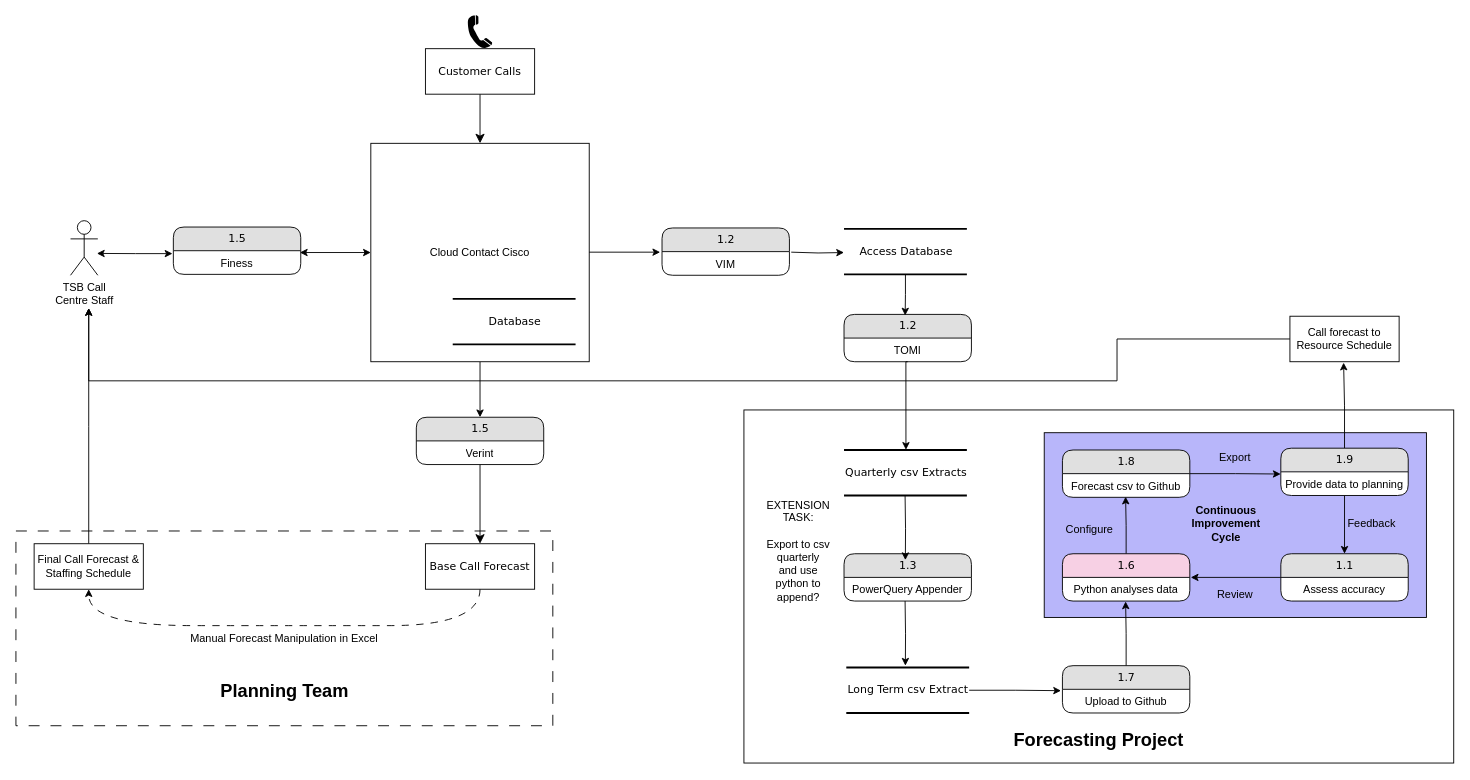
Above: Data Flow.drawio in devans18/BP0268756-Call-Forecasting (draw.io), before the change. Source tidied: cells renumbered, new cells numbered last; positions are measured from the earlier drawing's top-left corner, leaving out a move shared by most shapes. Both pictures are drawn from the tidied source at 91%, with x=0, y=0 at pixel (-3, 15).
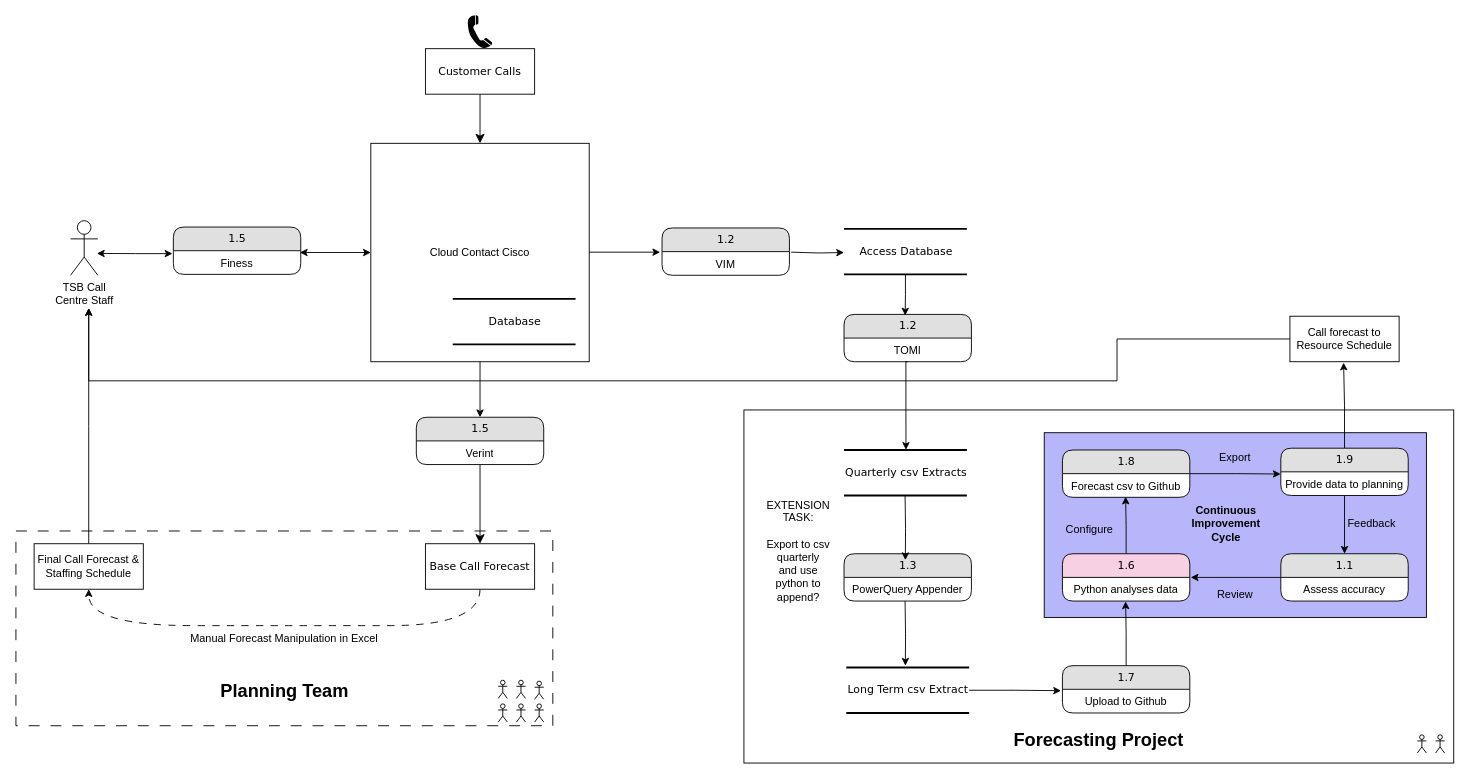
The same page after the edit.

The edit, as a diff of the source:
```diff
@@
+    <mxCell id="66" style="shape=umlActor;verticalLabelPosition=bottom;verticalAlign=top;html=1;" parent="1" vertex="1">
+      <mxGeometry x="590" y="757" width="10" height="20" as="geometry" />
+    </mxCell>
+    <mxCell id="67" style="shape=umlActor;verticalLabelPosition=bottom;verticalAlign=top;html=1;" parent="1" vertex="1">
+      <mxGeometry x="570" y="757" width="10" height="20" as="geometry" />
+    </mxCell>
+    <mxCell id="68" style="shape=umlActor;verticalLabelPosition=bottom;verticalAlign=top;html=1;" parent="1" vertex="1">
+      <mxGeometry x="550" y="757" width="10" height="20" as="geometry" />
+    </mxCell>
+    <mxCell id="69" style="shape=umlActor;verticalLabelPosition=bottom;verticalAlign=top;html=1;" parent="1" vertex="1">
+      <mxGeometry x="590" y="732" width="10" height="20" as="geometry" />
+    </mxCell>
+    <mxCell id="70" style="shape=umlActor;verticalLabelPosition=bottom;verticalAlign=top;html=1;" parent="1" vertex="1">
+      <mxGeometry x="570" y="731" width="10" height="20" as="geometry" />
+    </mxCell>
+    <mxCell id="71" style="shape=umlActor;verticalLabelPosition=bottom;verticalAlign=top;html=1;" parent="1" vertex="1">
+      <mxGeometry x="550" y="731" width="10" height="20" as="geometry" />
+    </mxCell>
+    <mxCell id="72" style="shape=umlActor;verticalLabelPosition=bottom;verticalAlign=top;html=1;" parent="1" vertex="1">
+      <mxGeometry x="1580" y="791" width="10" height="20" as="geometry" />
+    </mxCell>
+    <mxCell id="73" style="shape=umlActor;verticalLabelPosition=bottom;verticalAlign=top;html=1;" parent="1" vertex="1">
+      <mxGeometry x="1560" y="791" width="10" height="20" as="geometry" />
+    </mxCell>
```
